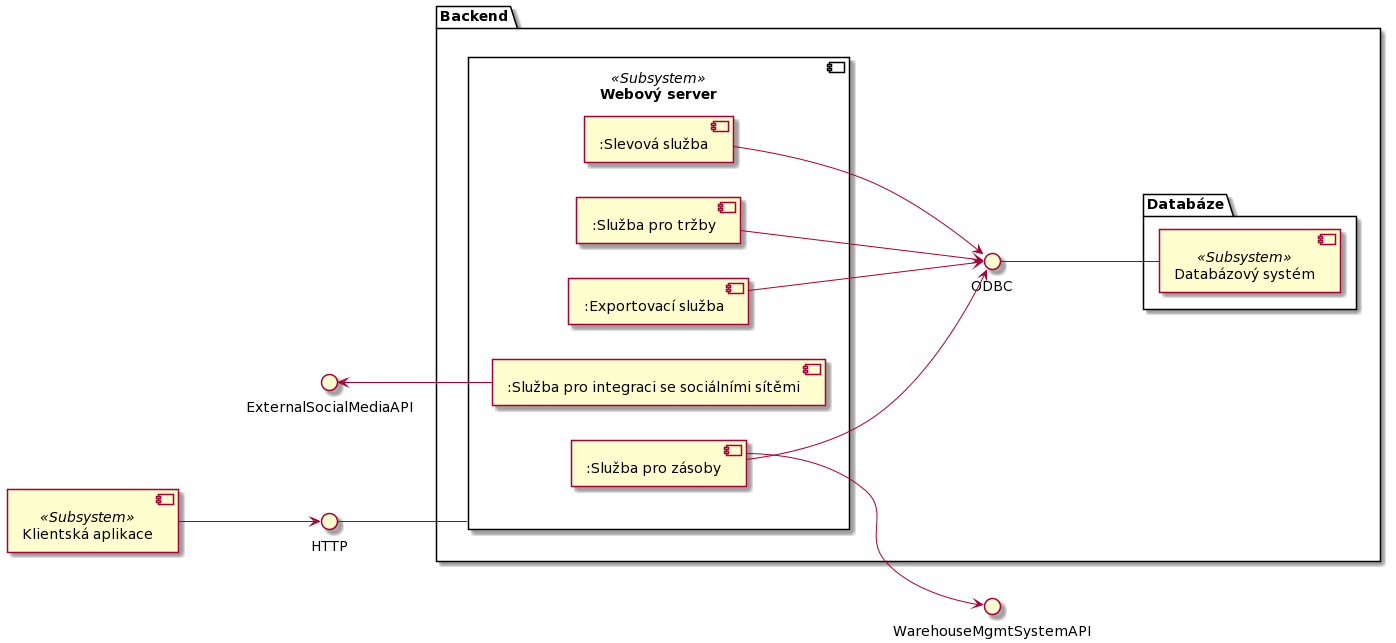
The PlantUML diagram dokumentace architektury/architektura 1/assets/prodejni_system_component_diagram.png in MichalMoudry/4IT575-seminarni-prace, before a commit.
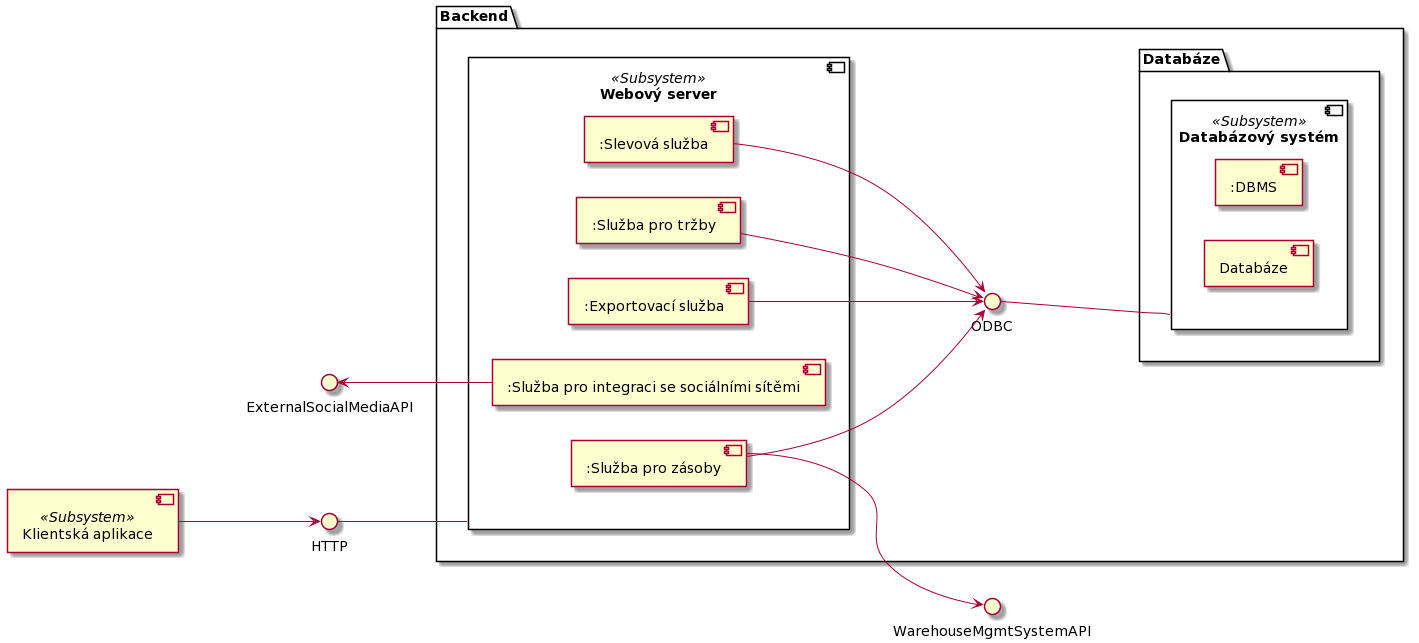
The same file after the commit.

Commit message:
Updated component and deployment diagram

Diff of the diagram source:
```diff
@@ -21,7 +21,13 @@
 
 package Databáze {
 
-component "Databázový systém" as DbS <<Subsystem>>
+component "Databázový systém" as DbS <<Subsystem>> {
+
+component ":DBMS"
+
+component "Databáze" as db
+
+}
 
 }
 
```
